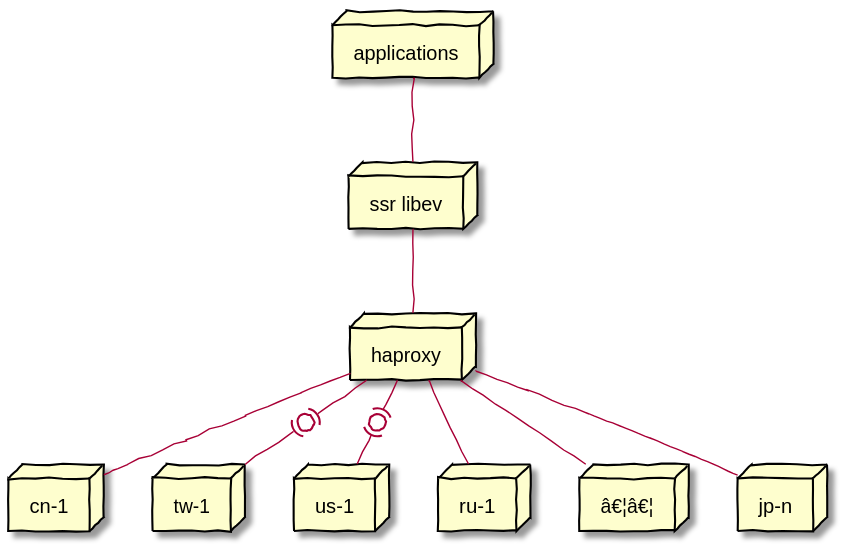
missdeer/blog keeps this PlantUML diagram as media/2018-02-23/haproxy-workflow.svg. Above is the earlier version.
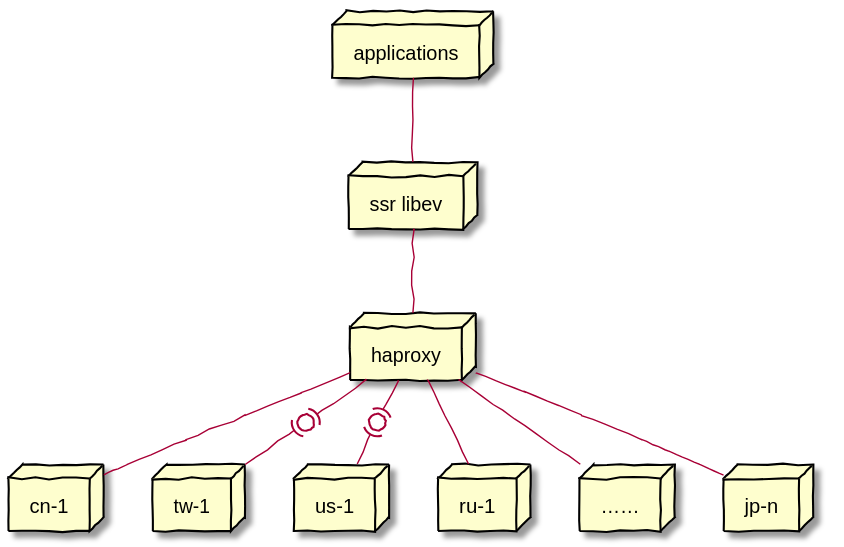
Later version of the same file.

Diff of the diagram source:
```diff
@@ -24,7 +24,7 @@
 ru-1
 ]
 Node serverdots [
-â€¦â€¦
+……
 ]
 Node servern [
 jp-n
```
